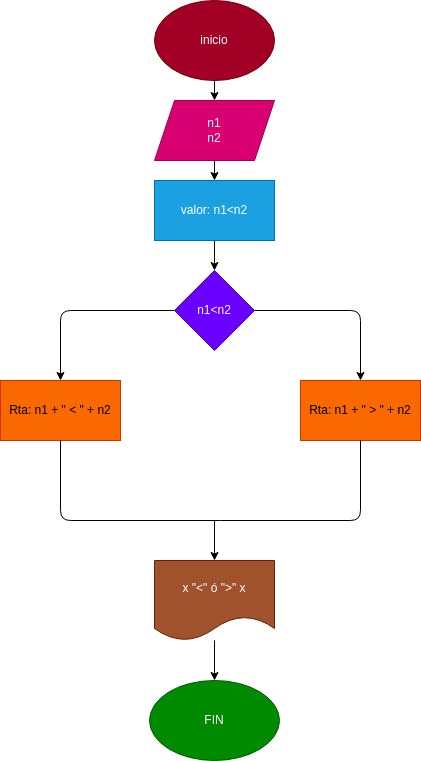
Before: diagrama.png, a diagram exported from draw.io (Thiago3108/Verificando_dos_numeros-). Source tidied: cells renumbered, new cells last; positions are measured from the earlier drawing's top-left corner, leaving out a move shared by most shapes. Source of this version:
```xml
<mxGraphModel>
  <root>
    <mxCell id="0" />
    <mxCell id="1" parent="0" />
    <mxCell id="2" style="edgeStyle=none;html=1;" parent="1" edge="1" source="3" target="5">
      <mxGeometry relative="1" as="geometry" />
    </mxCell>
    <mxCell id="3" value="inicio" style="ellipse;whiteSpace=wrap;html=1;fillColor=#a20025;fontColor=#ffffff;strokeColor=#6F0000;" parent="1" vertex="1">
      <mxGeometry x="154" width="120" height="80" as="geometry" />
    </mxCell>
    <mxCell id="4" style="edgeStyle=none;html=1;" parent="1" edge="1" source="5" target="7">
      <mxGeometry relative="1" as="geometry" />
    </mxCell>
    <mxCell id="5" value="n1&lt;br&gt;n2" style="shape=parallelogram;perimeter=parallelogramPerimeter;whiteSpace=wrap;html=1;fixedSize=1;fillColor=#d80073;fontColor=#ffffff;strokeColor=#A50040;" parent="1" vertex="1">
      <mxGeometry x="154" y="100" width="120" height="60" as="geometry" />
    </mxCell>
    <mxCell id="6" style="edgeStyle=none;html=1;" parent="1" edge="1" source="7" target="10">
      <mxGeometry relative="1" as="geometry" />
    </mxCell>
    <mxCell id="7" value="valor: n1&amp;lt;n2" style="whiteSpace=wrap;html=1;fillColor=#1ba1e2;fontColor=#ffffff;strokeColor=#006EAF;" parent="1" vertex="1">
      <mxGeometry x="154" y="180" width="120" height="60" as="geometry" />
    </mxCell>
    <mxCell id="8" style="edgeStyle=none;html=1;" parent="1" edge="1" source="10" target="11">
      <mxGeometry relative="1" as="geometry">
        <Array as="points">
          <mxPoint x="60" y="310" />
        </Array>
      </mxGeometry>
    </mxCell>
    <mxCell id="9" style="edgeStyle=none;html=1;" parent="1" edge="1" source="10" target="12">
      <mxGeometry relative="1" as="geometry">
        <Array as="points">
          <mxPoint x="360" y="310" />
        </Array>
      </mxGeometry>
    </mxCell>
    <mxCell id="10" value="n1&amp;lt;n2" style="rhombus;whiteSpace=wrap;html=1;fillColor=#6a00ff;fontColor=#ffffff;strokeColor=#3700CC;" parent="1" vertex="1">
      <mxGeometry x="174" y="270" width="80" height="80" as="geometry" />
    </mxCell>
    <mxCell id="11" value="Rta: n1 + &quot; &amp;lt; &quot; + n2" style="whiteSpace=wrap;html=1;fillColor=#fa6800;fontColor=#000000;strokeColor=#C73500;" parent="1" vertex="1">
      <mxGeometry y="380" width="120" height="60" as="geometry" />
    </mxCell>
    <mxCell id="12" value="Rta: n1 + &quot; &amp;gt; &quot; + n2" style="whiteSpace=wrap;html=1;fillColor=#fa6800;fontColor=#000000;strokeColor=#C73500;" parent="1" vertex="1">
      <mxGeometry x="300" y="380" width="120" height="60" as="geometry" />
    </mxCell>
    <mxCell id="13" style="endArrow=none;html=1;entryX=0.5;entryY=1;entryDx=0;entryDy=0;" parent="1" edge="1" target="11">
      <mxGeometry relative="1" as="geometry">
        <mxPoint x="220" y="520" as="sourcePoint" />
        <Array as="points">
          <mxPoint x="60" y="520" />
        </Array>
      </mxGeometry>
    </mxCell>
    <mxCell id="14" style="endArrow=none;html=1;entryX=0.5;entryY=1;entryDx=0;entryDy=0;" parent="1" edge="1" target="12">
      <mxGeometry relative="1" as="geometry">
        <mxPoint x="220" y="520" as="sourcePoint" />
        <Array as="points">
          <mxPoint x="360" y="520" />
        </Array>
      </mxGeometry>
    </mxCell>
    <mxCell id="15" style="endArrow=classic;html=1;" parent="1" edge="1" target="17">
      <mxGeometry relative="1" as="geometry">
        <mxPoint x="214" y="520" as="sourcePoint" />
      </mxGeometry>
    </mxCell>
    <mxCell id="16" style="edgeStyle=none;html=1;" parent="1" edge="1" source="17" target="18">
      <mxGeometry relative="1" as="geometry" />
    </mxCell>
    <mxCell id="17" value="x &quot;&amp;lt;&quot; ó &quot;&amp;gt;&quot; x" style="shape=document;whiteSpace=wrap;html=1;boundedLbl=1;fillColor=#a0522d;fontColor=#ffffff;strokeColor=#6D1F00;" parent="1" vertex="1">
      <mxGeometry x="154" y="560" width="120" height="80" as="geometry" />
    </mxCell>
    <mxCell id="18" value="FIN" style="ellipse;whiteSpace=wrap;html=1;fillColor=#008a00;fontColor=#ffffff;strokeColor=#005700;" parent="1" vertex="1">
      <mxGeometry x="149" y="680" width="130" height="80" as="geometry" />
    </mxCell>
  </root>
</mxGraphModel>
```
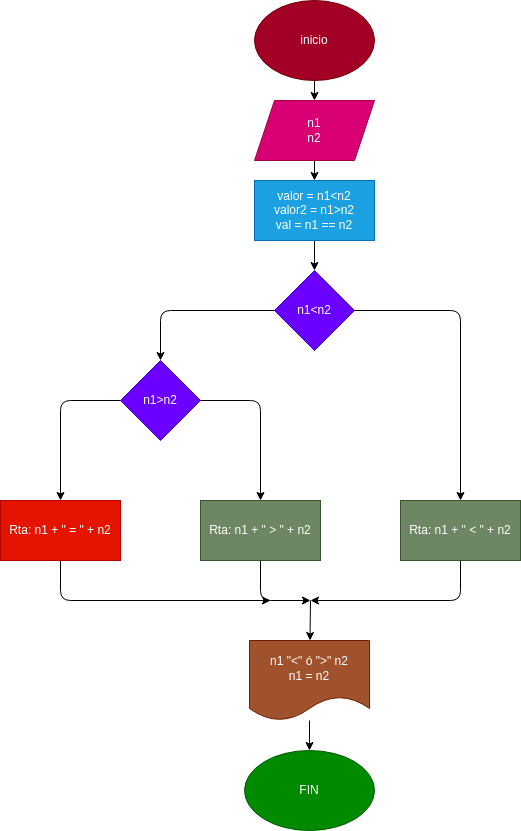
After the commit.

Commit message:
se actualizo el codigo y el diagrama

What changed in the source:
```diff
@@ -17,61 +17,89 @@
     <mxCell id="6" style="edgeStyle=none;html=1;" parent="1" edge="1" source="7" target="10">
       <mxGeometry relative="1" as="geometry" />
     </mxCell>
-    <mxCell id="7" value="valor: n1&amp;lt;n2" style="whiteSpace=wrap;html=1;fillColor=#1ba1e2;fontColor=#ffffff;strokeColor=#006EAF;" parent="1" vertex="1">
+    <mxCell id="7" value="valor = n1&amp;lt;n2&lt;br&gt;valor2 = n1&amp;gt;n2&lt;br&gt;val = n1 == n2" style="whiteSpace=wrap;html=1;fillColor=#1ba1e2;fontColor=#ffffff;strokeColor=#006EAF;" parent="1" vertex="1">
       <mxGeometry x="154" y="180" width="120" height="60" as="geometry" />
     </mxCell>
-    <mxCell id="8" style="edgeStyle=none;html=1;" parent="1" edge="1" source="10" target="11">
-      <mxGeometry relative="1" as="geometry">
-        <Array as="points">
-          <mxPoint x="60" y="310" />
-        </Array>
-      </mxGeometry>
-    </mxCell>
-    <mxCell id="9" style="edgeStyle=none;html=1;" parent="1" edge="1" source="10" target="12">
+    <mxCell id="9" style="edgeStyle=none;html=1;entryX=0.5;entryY=0;entryDx=0;entryDy=0;" parent="1" edge="1" source="10" target="11">
       <mxGeometry relative="1" as="geometry">
         <Array as="points">
           <mxPoint x="360" y="310" />
         </Array>
       </mxGeometry>
     </mxCell>
+    <mxCell id="19" style="edgeStyle=none;html=1;" parent="1" edge="1" source="10" target="25">
+      <mxGeometry relative="1" as="geometry">
+        <Array as="points">
+          <mxPoint x="60" y="310" />
+        </Array>
+      </mxGeometry>
+    </mxCell>
     <mxCell id="10" value="n1&amp;lt;n2" style="rhombus;whiteSpace=wrap;html=1;fillColor=#6a00ff;fontColor=#ffffff;strokeColor=#3700CC;" parent="1" vertex="1">
       <mxGeometry x="174" y="270" width="80" height="80" as="geometry" />
     </mxCell>
-    <mxCell id="11" value="Rta: n1 + &quot; &amp;lt; &quot; + n2" style="whiteSpace=wrap;html=1;fillColor=#fa6800;fontColor=#000000;strokeColor=#C73500;" parent="1" vertex="1">
-      <mxGeometry y="380" width="120" height="60" as="geometry" />
-    </mxCell>
-    <mxCell id="12" value="Rta: n1 + &quot; &amp;gt; &quot; + n2" style="whiteSpace=wrap;html=1;fillColor=#fa6800;fontColor=#000000;strokeColor=#C73500;" parent="1" vertex="1">
-      <mxGeometry x="300" y="380" width="120" height="60" as="geometry" />
-    </mxCell>
-    <mxCell id="13" style="endArrow=none;html=1;entryX=0.5;entryY=1;entryDx=0;entryDy=0;" parent="1" edge="1" target="11">
-      <mxGeometry relative="1" as="geometry">
-        <mxPoint x="220" y="520" as="sourcePoint" />
-        <Array as="points">
-          <mxPoint x="60" y="520" />
-        </Array>
-      </mxGeometry>
-    </mxCell>
-    <mxCell id="14" style="endArrow=none;html=1;entryX=0.5;entryY=1;entryDx=0;entryDy=0;" parent="1" edge="1" target="12">
-      <mxGeometry relative="1" as="geometry">
-        <mxPoint x="220" y="520" as="sourcePoint" />
-        <Array as="points">
-          <mxPoint x="360" y="520" />
-        </Array>
-      </mxGeometry>
-    </mxCell>
     <mxCell id="15" style="endArrow=classic;html=1;" parent="1" edge="1" target="17">
       <mxGeometry relative="1" as="geometry">
-        <mxPoint x="214" y="520" as="sourcePoint" />
+        <mxPoint x="210" y="600" as="sourcePoint" />
       </mxGeometry>
     </mxCell>
     <mxCell id="16" style="edgeStyle=none;html=1;" parent="1" edge="1" source="17" target="18">
       <mxGeometry relative="1" as="geometry" />
     </mxCell>
-    <mxCell id="17" value="x &quot;&amp;lt;&quot; ó &quot;&amp;gt;&quot; x" style="shape=document;whiteSpace=wrap;html=1;boundedLbl=1;fillColor=#a0522d;fontColor=#ffffff;strokeColor=#6D1F00;" parent="1" vertex="1">
-      <mxGeometry x="154" y="560" width="120" height="80" as="geometry" />
+    <mxCell id="17" value="n1 &quot;&amp;lt;&quot; ó &quot;&amp;gt;&quot; n2&lt;br&gt;n1 = n2" style="shape=document;whiteSpace=wrap;html=1;boundedLbl=1;fillColor=#a0522d;fontColor=#ffffff;strokeColor=#6D1F00;" parent="1" vertex="1">
+      <mxGeometry x="149" y="640" width="120" height="80" as="geometry" />
     </mxCell>
     <mxCell id="18" value="FIN" style="ellipse;whiteSpace=wrap;html=1;fillColor=#008a00;fontColor=#ffffff;strokeColor=#005700;" parent="1" vertex="1">
-      <mxGeometry x="149" y="680" width="130" height="80" as="geometry" />
+      <mxGeometry x="144" y="750" width="130" height="80" as="geometry" />
     </mxCell>
+    <mxCell id="20" style="edgeStyle=none;html=1;" parent="1" edge="1" source="21">
+      <mxGeometry relative="1" as="geometry">
+        <mxPoint x="170" y="600" as="targetPoint" />
+        <Array as="points">
+          <mxPoint x="-40" y="600" />
+        </Array>
+      </mxGeometry>
+    </mxCell>
+    <mxCell id="21" value="Rta: n1 + &quot; = &quot; + n2" style="whiteSpace=wrap;html=1;fillColor=#e51400;fontColor=#ffffff;strokeColor=#B20000;" parent="1" vertex="1">
+      <mxGeometry x="-100" y="500" width="120" height="60" as="geometry" />
+    </mxCell>
+    <mxCell id="22" style="edgeStyle=none;html=1;" parent="1" edge="1" source="11">
+      <mxGeometry relative="1" as="geometry">
+        <mxPoint x="210" y="600" as="targetPoint" />
+        <Array as="points">
+          <mxPoint x="360" y="600" />
+        </Array>
+      </mxGeometry>
+    </mxCell>
+    <mxCell id="11" value="Rta: n1 + &quot; &amp;lt; &quot; + n2" style="whiteSpace=wrap;html=1;fillColor=#6d8764;fontColor=#ffffff;strokeColor=#3A5431;" parent="1" vertex="1">
+      <mxGeometry x="300" y="500" width="120" height="60" as="geometry" />
+    </mxCell>
+    <mxCell id="23" style="edgeStyle=none;html=1;entryX=0.5;entryY=0;entryDx=0;entryDy=0;" parent="1" edge="1" source="25" target="21">
+      <mxGeometry relative="1" as="geometry">
+        <Array as="points">
+          <mxPoint x="-40" y="400" />
+        </Array>
+      </mxGeometry>
+    </mxCell>
+    <mxCell id="24" style="edgeStyle=none;html=1;entryX=0.5;entryY=0;entryDx=0;entryDy=0;" parent="1" edge="1" source="25" target="12">
+      <mxGeometry relative="1" as="geometry">
+        <Array as="points">
+          <mxPoint x="160" y="400" />
+        </Array>
+      </mxGeometry>
+    </mxCell>
+    <mxCell id="25" value="n1&amp;gt;n2" style="rhombus;whiteSpace=wrap;html=1;fillColor=#6a00ff;fontColor=#ffffff;strokeColor=#3700CC;" parent="1" vertex="1">
+      <mxGeometry x="20" y="360" width="80" height="80" as="geometry" />
+    </mxCell>
+    <mxCell id="26" style="edgeStyle=none;html=1;" parent="1" edge="1" source="12">
+      <mxGeometry relative="1" as="geometry">
+        <mxPoint x="210" y="600" as="targetPoint" />
+        <Array as="points">
+          <mxPoint x="160" y="600" />
+        </Array>
+      </mxGeometry>
+    </mxCell>
+    <mxCell id="12" value="Rta: n1 + &quot; &amp;gt; &quot; + n2" style="whiteSpace=wrap;html=1;fillColor=#6d8764;fontColor=#ffffff;strokeColor=#3A5431;" parent="1" vertex="1">
+      <mxGeometry x="100" y="500" width="120" height="60" as="geometry" />
+    </mxCell>
   </root>
 </mxGraphModel>
```
